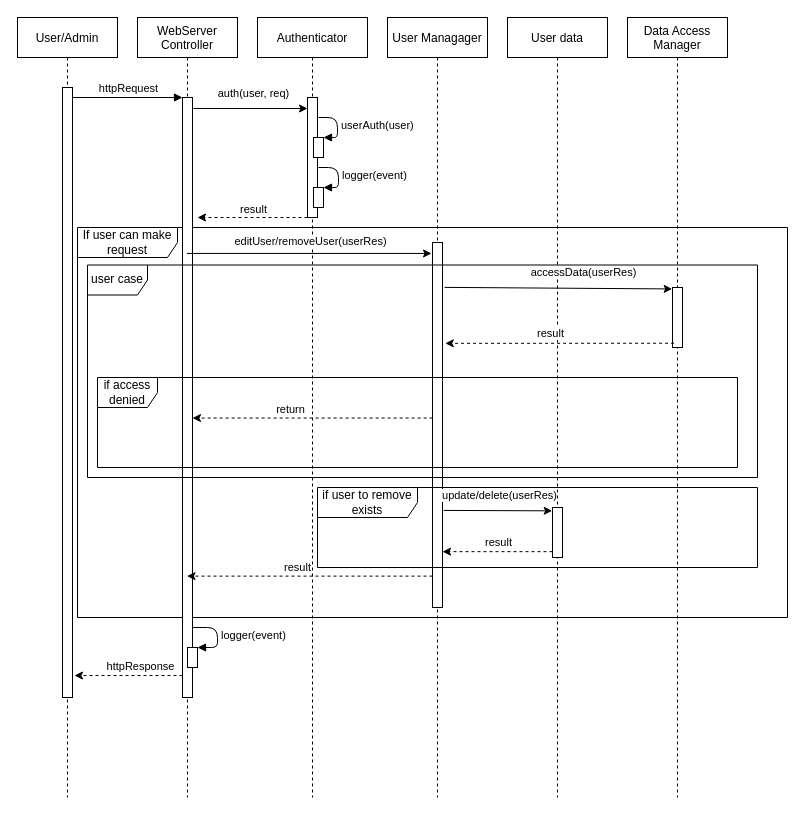
Above: plans/UML_Drawio/user_call_userdata.drawio in zuper1998/SzamBiztHF (draw.io), before the change. Source tidied: cells renumbered, new cells numbered last; positions are measured from the earlier drawing's top-left corner, leaving out a move shared by most shapes. Both pictures are drawn from the tidied source at 100%, with x=0, y=0 at pixel (17, 17).
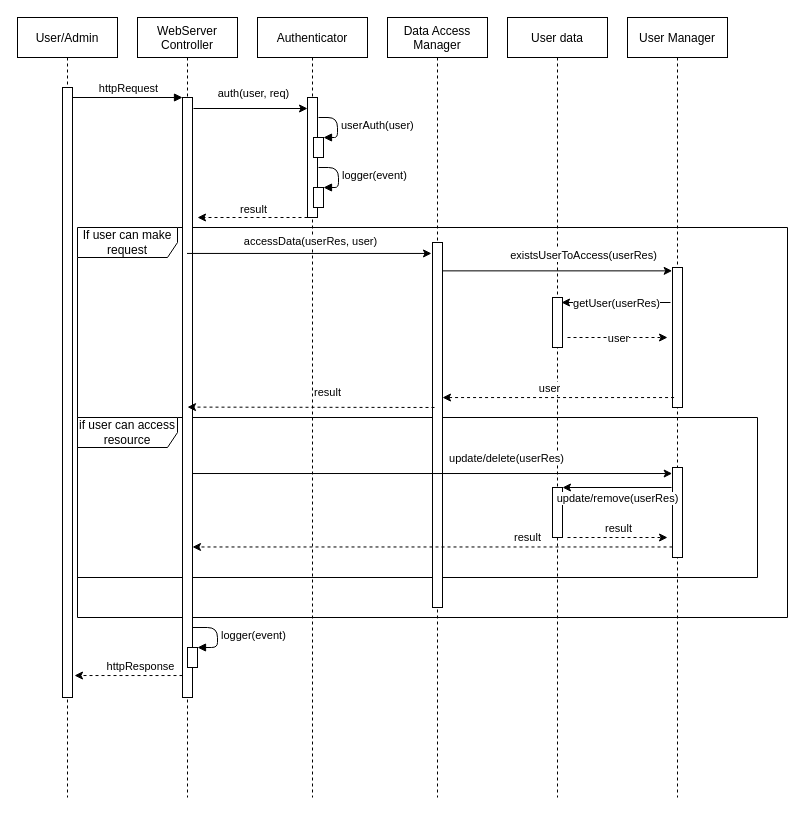
After the change.

Commit message (it also covers changes not shown here):
updated and added seq diagrams

Unchanged cells that the change refers to:
```xml
<mxCell id="2" value="If user can make request" style="shape=umlFrame;whiteSpace=wrap;html=1;width=100;height=30;" parent="1" vertex="1">
  <mxGeometry x="60" y="210" width="710" height="390" as="geometry" />
</mxCell>
<mxCell id="5" value="WebServer &#10;Controller" style="shape=umlLifeline;perimeter=lifelinePerimeter;shadow=0;strokeWidth=1;" parent="1" vertex="1">
  <mxGeometry x="120" width="100" height="780" as="geometry" />
</mxCell>
<mxCell id="6" style="points=[];perimeter=orthogonalPerimeter;shadow=0;strokeWidth=1;" parent="5" vertex="1">
  <mxGeometry x="45" y="80" width="10" height="600" as="geometry" />
</mxCell>
<mxCell id="22" style="points=[];perimeter=orthogonalPerimeter;shadow=0;strokeWidth=1;" parent="21" vertex="1">
  <mxGeometry x="45" y="225" width="10" height="365" as="geometry" />
</mxCell>
<mxCell id="23" style="endArrow=classic;html=1;entryX=-0.1;entryY=0.03;entryDx=0;entryDy=0;entryPerimeter=0;" parent="1" edge="1" source="5" target="22">
  <mxGeometry relative="1" as="geometry" />
</mxCell>
<mxCell id="29" value="User data" style="shape=umlLifeline;perimeter=lifelinePerimeter;shadow=0;strokeWidth=1;" parent="1" vertex="1">
  <mxGeometry x="490" width="100" height="780" as="geometry" />
</mxCell>
```

Diff of the diagram source:
```diff
@@
+    <mxCell id="35" value="if user can access resource" style="shape=umlFrame;whiteSpace=wrap;html=1;width=100;height=30;" parent="1" vertex="1">
+      <mxGeometry x="60" y="400" width="680" height="160" as="geometry" />
+    </mxCell>
@@
-    <mxCell id="21" value="User Managager" style="shape=umlLifeline;perimeter=lifelinePerimeter;shadow=0;strokeWidth=1;" parent="1" vertex="1">
+    <mxCell id="21" value="Data Access&#10;Manager" style="shape=umlLifeline;perimeter=lifelinePerimeter;shadow=0;strokeWidth=1;" parent="1" vertex="1">
       <mxGeometry x="370" width="100" height="780" as="geometry" />
     </mxCell>
@@
-    <mxCell id="24" value="editUser/removeUser(userRes)" style="edgeLabel;html=1;align=center;verticalAlign=middle;" parent="23" vertex="1">
+    <mxCell id="24" value="accessData(userRes, user)" style="edgeLabel;html=1;align=center;verticalAlign=middle;" parent="23" vertex="1">
       <mxGeometry x="-0.11" y="1" relative="1" as="geometry">
         <mxPoint x="14" y="-11" as="offset" />
       </mxGeometry>
     </mxCell>
-    <mxCell id="25" style="endArrow=classic;html=1;exitX=0;exitY=0.914;exitDx=0;exitDy=0;exitPerimeter=0;dashed=1;" parent="1" edge="1" source="22" target="5">
-      <mxGeometry relative="1" as="geometry" />
-    </mxCell>
-    <mxCell id="26" value="result" style="edgeLabel;html=1;align=center;verticalAlign=middle;" parent="25" vertex="1">
-      <mxGeometry x="-0.19" y="1" relative="1" as="geometry">
-        <mxPoint x="-37" y="-10" as="offset" />
-      </mxGeometry>
-    </mxCell>
@@
-    <mxCell id="30" style="points=[];perimeter=orthogonalPerimeter;shadow=0;strokeWidth=1;" parent="29" vertex="1">
-      <mxGeometry x="45" y="490" width="10" height="50" as="geometry" />
-    </mxCell>
+    <mxCell id="46" style="points=[];perimeter=orthogonalPerimeter;shadow=0;strokeWidth=1;" parent="29" vertex="1">
+      <mxGeometry x="45" y="280" width="10" height="50" as="geometry" />
+    </mxCell>
+    <mxCell id="47" style="perimeter=orthogonalPerimeter;shadow=0;strokeWidth=1;" parent="29" vertex="1">
+      <mxGeometry x="45" y="470" width="10" height="50" as="geometry" />
+    </mxCell>
-    <mxCell id="31" style="endArrow=classic;html=1;dashed=1;exitX=0;exitY=0.883;exitDx=0;exitDy=0;exitPerimeter=0;" parent="1" edge="1" source="30" target="22">
+    <mxCell id="31" style="endArrow=classic;html=1;dashed=1;exitX=0;exitY=0.883;exitDx=0;exitDy=0;exitPerimeter=0;" parent="1" edge="1" source="30" target="6">
       <mxGeometry relative="1" as="geometry" />
     </mxCell>
@@
-    <mxCell id="33" value="Data Access &#10;Manager" style="shape=umlLifeline;perimeter=lifelinePerimeter;shadow=0;strokeWidth=1;" parent="1" vertex="1">
+    <mxCell id="33" value="User Manager" style="shape=umlLifeline;perimeter=lifelinePerimeter;shadow=0;strokeWidth=1;" parent="1" vertex="1">
       <mxGeometry x="610" width="100" height="780" as="geometry" />
     </mxCell>
     <mxCell id="34" style="points=[];perimeter=orthogonalPerimeter;shadow=0;strokeWidth=1;" parent="33" vertex="1">
-      <mxGeometry x="45" y="270" width="10" height="60" as="geometry" />
+      <mxGeometry x="45" y="250" width="10" height="140" as="geometry" />
     </mxCell>
-    <mxCell id="35" value="if user to remove exists" style="shape=umlFrame;whiteSpace=wrap;html=1;width=100;height=30;" parent="1" vertex="1">
-      <mxGeometry x="300" y="470" width="440" height="80" as="geometry" />
-    </mxCell>
+    <mxCell id="30" style="points=[];perimeter=orthogonalPerimeter;shadow=0;strokeWidth=1;" parent="33" vertex="1">
+      <mxGeometry x="45" y="450" width="10" height="90" as="geometry" />
+    </mxCell>
-    <mxCell id="36" style="endArrow=classic;html=1;dashed=1;exitX=0.157;exitY=0.929;exitDx=0;exitDy=0;exitPerimeter=0;entryX=0.518;entryY=0.297;entryDx=0;entryDy=0;entryPerimeter=0;" parent="1" edge="1" source="34" target="2">
+    <mxCell id="36" style="endArrow=classic;html=1;dashed=1;exitX=0.157;exitY=0.929;exitDx=0;exitDy=0;exitPerimeter=0;" parent="1" edge="1" source="34" target="22">
       <mxGeometry relative="1" as="geometry" />
     </mxCell>
-    <mxCell id="37" value="result" style="edgeLabel;html=1;align=center;verticalAlign=middle;" parent="36" vertex="1">
+    <mxCell id="37" value="user" style="edgeLabel;html=1;align=center;verticalAlign=middle;" parent="36" vertex="1">
       <mxGeometry x="-0.51" y="-1" relative="1" as="geometry">
         <mxPoint x="-68" y="-9" as="offset" />
       </mxGeometry>
     </mxCell>
-    <mxCell id="38" value="user case" style="shape=umlFrame;whiteSpace=wrap;html=1;" parent="1" vertex="1">
-      <mxGeometry x="70" y="247.5" width="670" height="212.5" as="geometry" />
-    </mxCell>
-    <mxCell id="39" style="endArrow=classic;html=1;exitX=1.205;exitY=0.123;exitDx=0;exitDy=0;exitPerimeter=0;entryX=-0.033;entryY=0.024;entryDx=0;entryDy=0;entryPerimeter=0;" parent="1" edge="1" source="22" target="34">
+    <mxCell id="39" style="endArrow=classic;html=1;entryX=-0.033;entryY=0.024;entryDx=0;entryDy=0;entryPerimeter=0;" parent="1" edge="1" source="22" target="34">
       <mxGeometry relative="1" as="geometry" />
     </mxCell>
-    <mxCell id="40" value="accessData(userRes)" style="edgeLabel;html=1;align=center;verticalAlign=middle;" parent="39" vertex="1">
+    <mxCell id="40" value="existsUserToAccess(userRes)" style="edgeLabel;html=1;align=center;verticalAlign=middle;" parent="39" vertex="1">
       <mxGeometry x="0.39" relative="1" as="geometry">
         <mxPoint x="-20" y="-16" as="offset" />
       </mxGeometry>
     </mxCell>
-    <mxCell id="41" style="endArrow=classic;html=1;exitX=1.11;exitY=0.734;exitDx=0;exitDy=0;exitPerimeter=0;entryX=-0.033;entryY=0.067;entryDx=0;entryDy=0;entryPerimeter=0;" parent="1" edge="1" source="22" target="30">
+    <mxCell id="41" style="endArrow=classic;html=1;entryX=-0.033;entryY=0.067;entryDx=0;entryDy=0;entryPerimeter=0;" parent="1" edge="1" source="6" target="30">
       <mxGeometry relative="1" as="geometry" />
     </mxCell>
@@
-    <mxCell id="43" value="if access denied" style="shape=umlFrame;whiteSpace=wrap;html=1;" parent="1" vertex="1">
-      <mxGeometry x="80" y="360" width="640" height="90" as="geometry" />
-    </mxCell>
+    <mxCell id="48" style="endArrow=classic;html=1;rounded=0;edgeStyle=orthogonalEdgeStyle;exitX=-0.2;exitY=0.25;exitDx=0;exitDy=0;exitPerimeter=0;entryX=0.9;entryY=0.1;entryDx=0;entryDy=0;entryPerimeter=0;" parent="1" edge="1" source="34" target="46">
+      <mxGeometry relative="1" as="geometry" />
+    </mxCell>
+    <mxCell id="49" value="getUser(userRes)" style="edgeLabel;html=1;align=center;verticalAlign=middle;" parent="48" vertex="1">
+      <mxGeometry relative="1" as="geometry" />
+    </mxCell>
+    <mxCell id="50" style="endArrow=classic;html=1;rounded=0;edgeStyle=orthogonalEdgeStyle;dashed=1;" parent="1" edge="1">
+      <mxGeometry relative="1" as="geometry">
+        <mxPoint x="550" y="320" as="sourcePoint" />
+        <mxPoint x="650" y="320" as="targetPoint" />
+      </mxGeometry>
+    </mxCell>
+    <mxCell id="51" value="user" style="edgeLabel;html=1;align=center;verticalAlign=middle;" parent="50" vertex="1">
+      <mxGeometry relative="1" as="geometry" />
+    </mxCell>
-    <mxCell id="44" style="endArrow=classic;html=1;dashed=1;exitX=0.014;exitY=0.481;exitDx=0;exitDy=0;exitPerimeter=0;" parent="1" edge="1" source="22" target="6">
+    <mxCell id="44" style="endArrow=classic;html=1;dashed=1;exitX=0.2;exitY=0.452;exitDx=0;exitDy=0;exitPerimeter=0;entryX=0.5;entryY=0.516;entryDx=0;entryDy=0;entryPerimeter=0;" parent="1" edge="1" source="22" target="6">
       <mxGeometry relative="1" as="geometry" />
     </mxCell>
-    <mxCell id="45" value="return" style="edgeLabel;html=1;align=center;verticalAlign=middle;" parent="44" vertex="1">
-      <mxGeometry x="0.35" y="-1" relative="1" as="geometry">
-        <mxPoint x="19" y="-8" as="offset" />
-      </mxGeometry>
-    </mxCell>
+    <mxCell id="26" value="result" style="edgeLabel;html=1;align=center;verticalAlign=middle;" parent="44" vertex="1">
+      <mxGeometry x="-0.51" y="-1" relative="1" as="geometry">
+        <mxPoint x="-47" y="-14" as="offset" />
+      </mxGeometry>
+    </mxCell>
+    <mxCell id="52" style="endArrow=classic;html=1;rounded=0;edgeStyle=orthogonalEdgeStyle;exitX=-0.2;exitY=0.25;exitDx=0;exitDy=0;exitPerimeter=0;entryX=0.9;entryY=0.1;entryDx=0;entryDy=0;entryPerimeter=0;" parent="1" edge="1">
+      <mxGeometry relative="1" as="geometry">
+        <mxPoint x="654" y="470" as="sourcePoint" />
+        <mxPoint x="545" y="470" as="targetPoint" />
+      </mxGeometry>
+    </mxCell>
+    <mxCell id="53" value="update/remove(userRes)" style="edgeLabel;html=1;align=center;verticalAlign=middle;" parent="52" vertex="1">
+      <mxGeometry relative="1" as="geometry">
+        <mxPoint y="10" as="offset" />
+      </mxGeometry>
+    </mxCell>
+    <mxCell id="54" style="endArrow=classic;html=1;rounded=0;edgeStyle=orthogonalEdgeStyle;dashed=1;" parent="1" edge="1">
+      <mxGeometry relative="1" as="geometry">
+        <mxPoint x="550" y="520" as="sourcePoint" />
+        <mxPoint x="650" y="520" as="targetPoint" />
+      </mxGeometry>
+    </mxCell>
+    <mxCell id="55" value="result" style="edgeLabel;html=1;align=center;verticalAlign=middle;" parent="54" vertex="1">
+      <mxGeometry relative="1" as="geometry">
+        <mxPoint y="-10" as="offset" />
+      </mxGeometry>
+    </mxCell>
```
